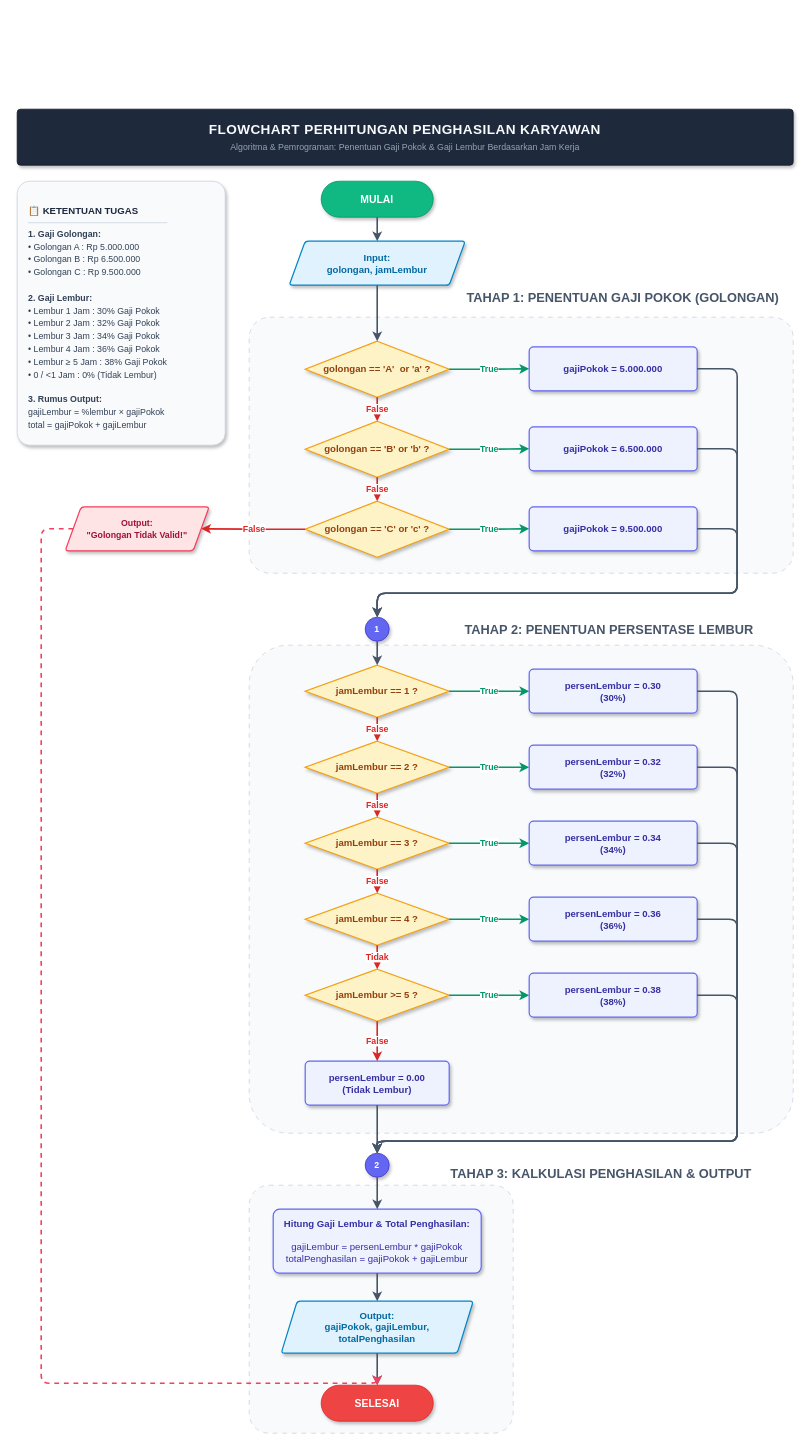
Above: flowchart_pseudocode/flowchart_gaji_karyawan.drawio in ahmad-fahrudin/tugas-1-2-dan-3-algoritma-dan-pemograman (draw.io), before the change. Source tidied: cells renumbered, new cells numbered last; positions are measured from the earlier drawing's top-left corner, leaving out a move shared by most shapes. Both pictures are drawn from the tidied source at 80%, with x=0, y=0 at pixel (17, 109).
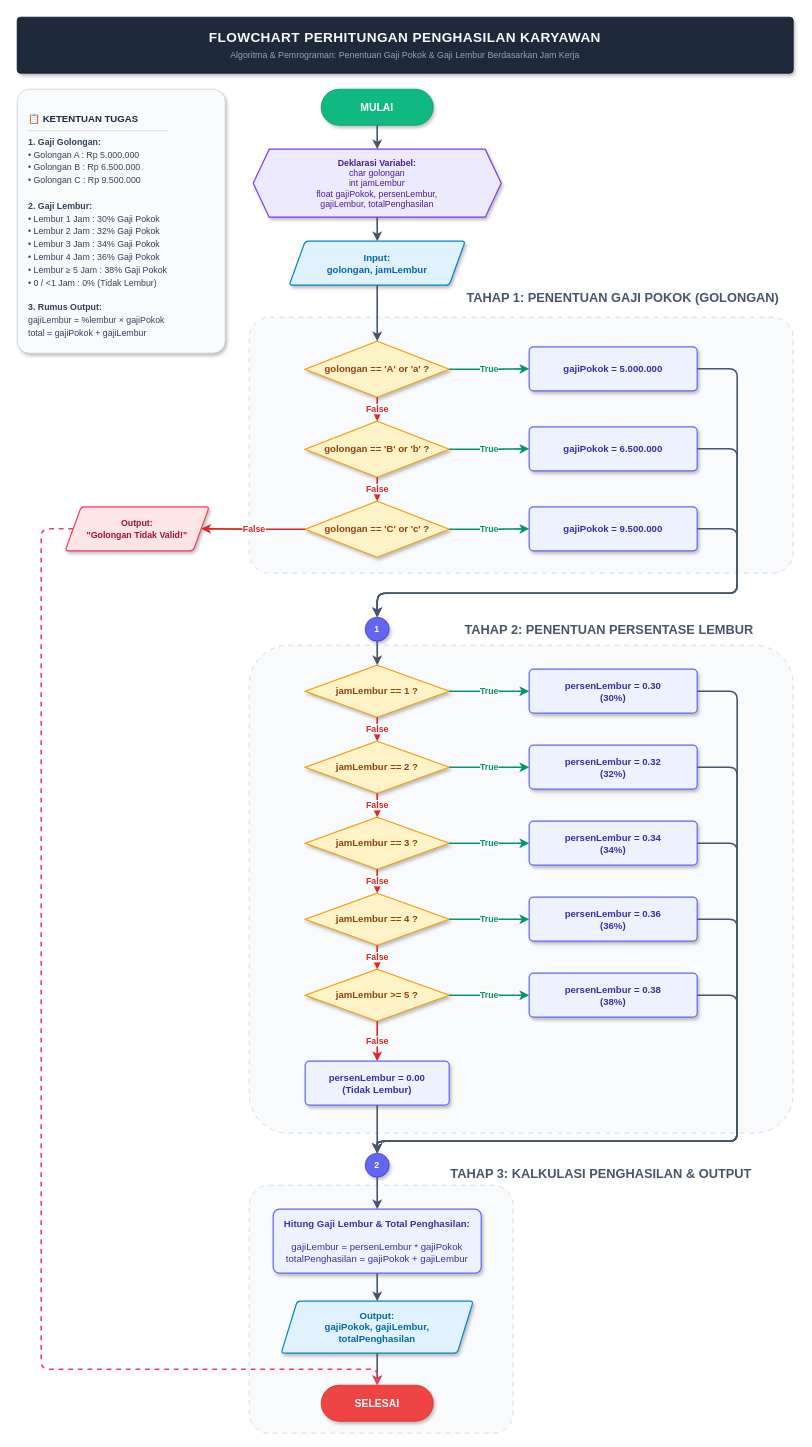
The same page after the edit.

Commit message (it also covers changes not shown here):
refactor: add variable declarations and update layout in employee salary flowchart

The change refers to these unchanged cells:
```xml
<mxCell id="8" value="&lt;b&gt;Input:&lt;/b&gt;&lt;br&gt;golongan, jamLembur" style="shape=parallelogram;perimeter=parallelogramPerimeter;whiteSpace=wrap;html=1;fixedSize=1;rounded=1;arcSize=8;fillColor=#e0f2fe;strokeColor=#0284c7;strokeWidth=1.5;fontColor=#0369a1;fontSize=12;fontStyle=1;shadow=1;" parent="1" vertex="1">
  <mxGeometry x="340" y="165" width="220" height="55" as="geometry" />
</mxCell>
<mxCell id="16" value="&lt;b&gt;Output:&lt;/b&gt;&lt;br&gt;&amp;quot;Golongan Tidak Valid!&amp;quot;" style="shape=parallelogram;perimeter=parallelogramPerimeter;whiteSpace=wrap;html=1;fixedSize=1;rounded=1;arcSize=8;fillColor=#ffe4e6;strokeColor=#f43f5e;strokeWidth=1.5;fontColor=#9f1239;fontSize=11;fontStyle=1;shadow=1;" parent="1" vertex="1">
  <mxGeometry x="60" y="497" width="180" height="55" as="geometry" />
</mxCell>
<mxCell id="34" value="jamLembur == 4 ?" style="rhombus;whiteSpace=wrap;html=1;fillColor=#fef3c7;strokeColor=#f59e0b;strokeWidth=1.5;fontColor=#92400e;fontStyle=1;fontSize=12;shadow=1;" parent="1" vertex="1">
  <mxGeometry x="360" y="980" width="180" height="65" as="geometry" />
</mxCell>
<mxCell id="36" value="jamLembur &amp;gt;= 5 ?" style="rhombus;whiteSpace=wrap;html=1;fillColor=#fef3c7;strokeColor=#f59e0b;strokeWidth=1.5;fontColor=#92400e;fontStyle=1;fontSize=12;shadow=1;" parent="1" vertex="1">
  <mxGeometry x="360" y="1075" width="180" height="65" as="geometry" />
</mxCell>
<mxCell id="59" value="&lt;b&gt;SELESAI&lt;/b&gt;" style="rounded=1;arcSize=50;whiteSpace=wrap;html=1;fillColor=#ef4444;strokeColor=#dc2626;fontColor=#ffffff;fontStyle=1;fontSize=13;shadow=1;" parent="1" vertex="1">
  <mxGeometry x="380" y="1595" width="140" height="45" as="geometry" />
</mxCell>
```

What changed in the source:
```diff
@@
     <mxCell id="2" value="&lt;div style=&quot;font-family: Arial, sans-serif; text-align: center;&quot;&gt;&lt;div style=&quot;font-size: 17px; font-weight: bold; color: #f8fafc; letter-spacing: 0.5px;&quot;&gt;FLOWCHART PERHITUNGAN PENGHASILAN KARYAWAN&lt;/div&gt;&lt;div style=&quot;font-size: 11px; color: #94a3b8; margin-top: 4px;&quot;&gt;Algoritma &amp;amp; Pemrograman: Penentuan Gaji Pokok &amp;amp; Gaji Lembur Berdasarkan Jam Kerja&lt;/div&gt;&lt;/div&gt;" style="rounded=1;whiteSpace=wrap;html=1;fillColor=#1e293b;strokeColor=#0f172a;strokeWidth=1;arcSize=6;shadow=1;" parent="1" vertex="1">
-      <mxGeometry width="970" height="70" as="geometry" />
+      <mxGeometry y="-115" width="970" height="70" as="geometry" />
     </mxCell>
     <mxCell id="3" value="&lt;div style=&quot;font-family: Arial, sans-serif; font-size: 11px; color: #334155; line-height: 1.45;&quot;&gt;&lt;b style=&quot;font-size: 12px; color: #1e293b;&quot;&gt;📋 KETENTUAN TUGAS&lt;/b&gt;&lt;hr style=&quot;border: 0; border-top: 1px solid #cbd5e1; margin: 6px 0;&quot;&gt;&lt;b&gt;1. Gaji Golongan:&lt;/b&gt;&lt;br&gt;&amp;bull; Golongan A : Rp 5.000.000&lt;br&gt;&amp;bull; Golongan B : Rp 6.500.000&lt;br&gt;&amp;bull; Golongan C : Rp 9.500.000&lt;br&gt;&lt;br&gt;&lt;b&gt;2. Gaji Lembur:&lt;/b&gt;&lt;br&gt;&amp;bull; Lembur 1 Jam : 30% Gaji Pokok&lt;br&gt;&amp;bull; Lembur 2 Jam : 32% Gaji Pokok&lt;br&gt;&amp;bull; Lembur 3 Jam : 34% Gaji Pokok&lt;br&gt;&amp;bull; Lembur 4 Jam : 36% Gaji Pokok&lt;br&gt;&amp;bull; Lembur &amp;ge; 5 Jam : 38% Gaji Pokok&lt;br&gt;&amp;bull; 0 / &amp;lt;1 Jam : 0% (Tidak Lembur)&lt;br&gt;&lt;br&gt;&lt;b&gt;3. Rumus Output:&lt;/b&gt;&lt;br&gt;gajiLembur = %lembur &amp;times; gajiPokok&lt;br&gt;total = gajiPokok + gajiLembur&lt;/div&gt;" style="rounded=1;whiteSpace=wrap;html=1;fillColor=#f8fafc;strokeColor=#cbd5e1;strokeWidth=1;arcSize=6;shadow=1;align=left;spacingLeft=12;spacingRight=12;valign=top;spacingTop=12;" parent="1" vertex="1">
-      <mxGeometry y="90" width="260" height="330" as="geometry" />
+      <mxGeometry y="-25" width="260" height="330" as="geometry" />
     </mxCell>
@@
     <mxCell id="7" value="&lt;b&gt;MULAI&lt;/b&gt;" style="rounded=1;arcSize=50;whiteSpace=wrap;html=1;fillColor=#10b981;strokeColor=#059669;fontColor=#ffffff;fontStyle=1;fontSize=13;shadow=1;" parent="1" vertex="1">
-      <mxGeometry x="380" y="90" width="140" height="45" as="geometry" />
+      <mxGeometry x="380" y="-25" width="140" height="45" as="geometry" />
     </mxCell>
+    <mxCell id="67" value="&lt;b&gt;Deklarasi Variabel:&lt;/b&gt;&lt;br&gt;char golongan&lt;br&gt;int jamLembur&lt;br&gt;float gajiPokok, persenLembur,&lt;br&gt;gajiLembur, totalPenghasilan" style="shape=hexagon;perimeter=hexagonPerimeter2;whiteSpace=wrap;html=1;fixedSize=1;size=20;fillColor=#ede9fe;strokeColor=#7c3aed;strokeWidth=1.5;fontColor=#4c1d95;fontSize=11;fontStyle=0;shadow=1;" parent="1" vertex="1">
+      <mxGeometry x="295" y="50" width="310" height="85" as="geometry" />
+    </mxCell>
@@
-    <mxCell id="9" style="edgeStyle=orthogonalEdgeStyle;rounded=1;jettySize=auto;html=1;strokeColor=#475569;strokeWidth=2;endArrow=classic;endFill=1;" parent="1" edge="1" source="7" target="8">
-      <mxGeometry relative="1" as="geometry" />
-    </mxCell>
+    <mxCell id="68" style="edgeStyle=orthogonalEdgeStyle;rounded=1;jettySize=auto;html=1;strokeColor=#475569;strokeWidth=2;endArrow=classic;endFill=1;" parent="1" edge="1" source="7" target="67">
+      <mxGeometry relative="1" as="geometry" />
+    </mxCell>
+    <mxCell id="69" style="edgeStyle=orthogonalEdgeStyle;rounded=1;jettySize=auto;html=1;strokeColor=#475569;strokeWidth=2;endArrow=classic;endFill=1;" parent="1" edge="1" source="67" target="8">
+      <mxGeometry relative="1" as="geometry" />
+    </mxCell>
-    <mxCell id="10" value="golongan == 'A'&amp;nbsp; or 'a' ?" style="rhombus;whiteSpace=wrap;html=1;fillColor=#fef3c7;strokeColor=#f59e0b;strokeWidth=1.5;fontColor=#92400e;fontStyle=1;fontSize=12;shadow=1;" parent="1" vertex="1">
+    <mxCell id="10" value="golongan == 'A' or 'a' ?" style="rhombus;whiteSpace=wrap;html=1;fillColor=#fef3c7;strokeColor=#f59e0b;strokeWidth=1.5;fontColor=#92400e;fontStyle=1;fontSize=12;shadow=1;" parent="1" vertex="1">
       <mxGeometry x="360" y="290" width="180" height="70" as="geometry" />
     </mxCell>
@@
-    <mxCell id="48" value="Tidak" style="edgeStyle=orthogonalEdgeStyle;rounded=1;jettySize=auto;html=1;strokeColor=#dc2626;strokeWidth=2;endArrow=classic;endFill=1;fontColor=#dc2626;fontStyle=1;fontSize=11;labelBackgroundColor=#ffffff;" parent="1" edge="1" source="34" target="36">
+    <mxCell id="48" value="False" style="edgeStyle=orthogonalEdgeStyle;rounded=1;jettySize=auto;html=1;strokeColor=#dc2626;strokeWidth=2;endArrow=classic;endFill=1;fontColor=#dc2626;fontStyle=1;fontSize=11;labelBackgroundColor=#ffffff;" parent="1" edge="1" source="34" target="36">
       <mxGeometry relative="1" as="geometry" />
     </mxCell>
@@
     <mxCell id="63" style="edgeStyle=orthogonalEdgeStyle;rounded=1;jettySize=auto;html=1;strokeColor=#f43f5e;strokeWidth=2;dashed=1;endArrow=classic;endFill=1;labelBackgroundColor=#ffffff;" parent="1" edge="1" source="16" target="59">
       <mxGeometry relative="1" as="geometry">
         <Array as="points">
           <mxPoint x="30" y="524.5" />
-          <mxPoint x="30" y="1592.5" />
+          <mxPoint x="30" y="1575" />
+          <mxPoint x="450" y="1575" />
         </Array>
       </mxGeometry>
     </mxCell>
```
